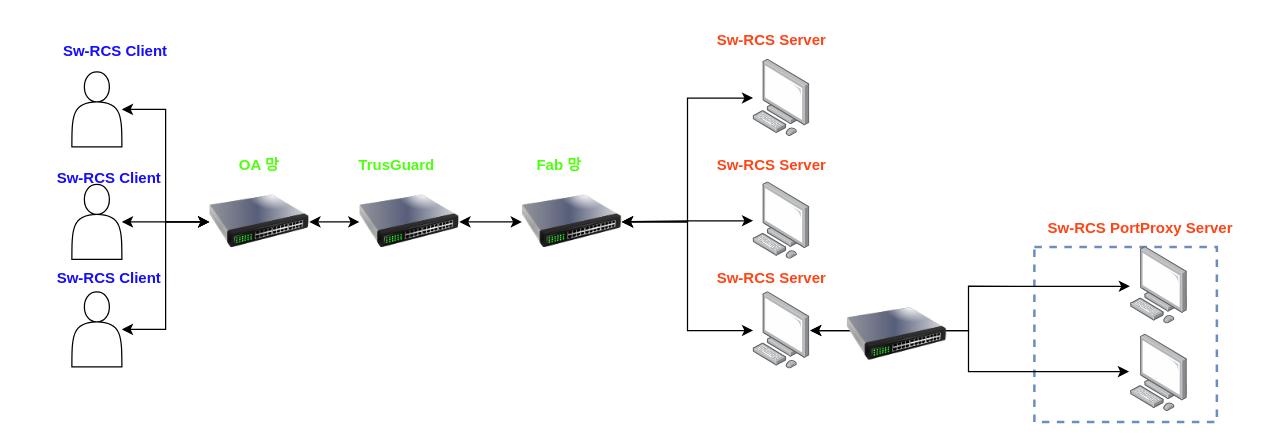
Earlier version of the draw.io diagram UML/mirero/SwRcs/SwRcsServer 인프라구성.drawio (rhkdguskim/Study). Source tidied: cells renumbered, new cells numbered last; positions are measured from the earlier drawing's top-left corner, leaving out a move shared by most shapes. Both pictures are drawn from the tidied source at 125%, with x=0, y=0 at pixel (21, 21).
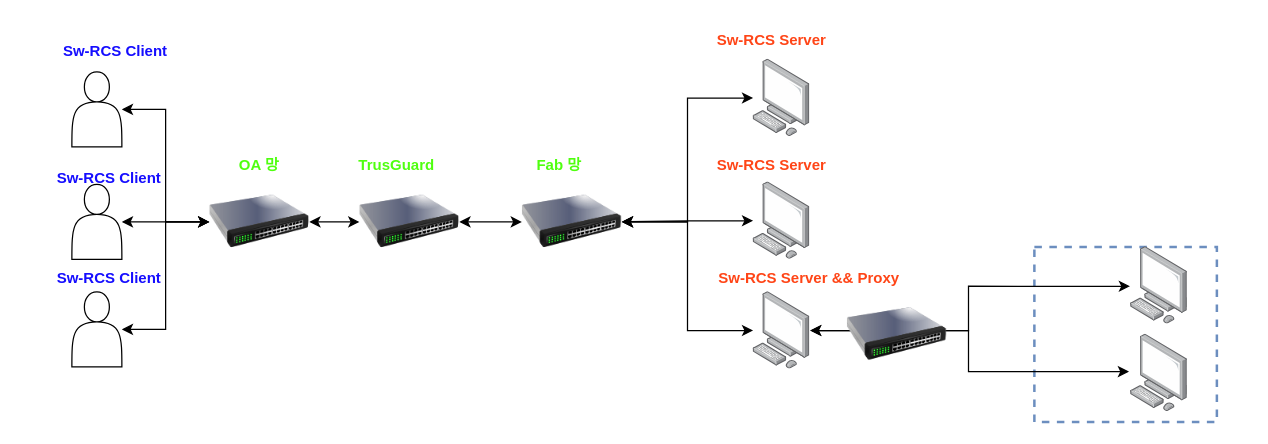
The same page after the edit.

Commit message (it also covers changes not shown here):
SwRcsServer 인프라구성.drawio 업데이트

The edit, as a diff of the source:
```diff
@@
-    <mxCell id="25" value="Sw-RCS PortProxy Server" style="text;html=1;align=center;verticalAlign=middle;whiteSpace=wrap;rounded=0;fontColor=#FF4517;fontStyle=1;" parent="1" vertex="1">
-      <mxGeometry x="810" y="150" width="170" height="30" as="geometry" />
-    </mxCell>
@@
-    <mxCell id="30" value="Sw-RCS Server" style="text;html=1;align=center;verticalAlign=middle;whiteSpace=wrap;rounded=0;fontColor=#FF4517;fontStyle=1;" parent="1" vertex="1">
-      <mxGeometry x="530" y="190" width="140" height="30" as="geometry" />
+    <mxCell id="30" value="Sw-RCS Server &amp;amp;&amp;amp; Proxy" style="text;html=1;align=center;verticalAlign=middle;whiteSpace=wrap;rounded=0;fontColor=#FF4517;fontStyle=1;" parent="1" vertex="1">
+      <mxGeometry x="530" y="190" width="200" height="30" as="geometry" />
     </mxCell>
```
